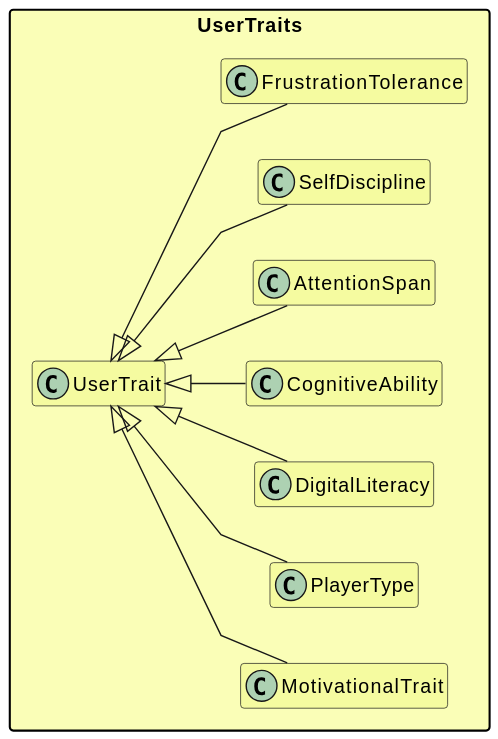
Earlier version of the PlantUML export out/UML/user_traits/user_traits.svg (Maks-stack/ontology).
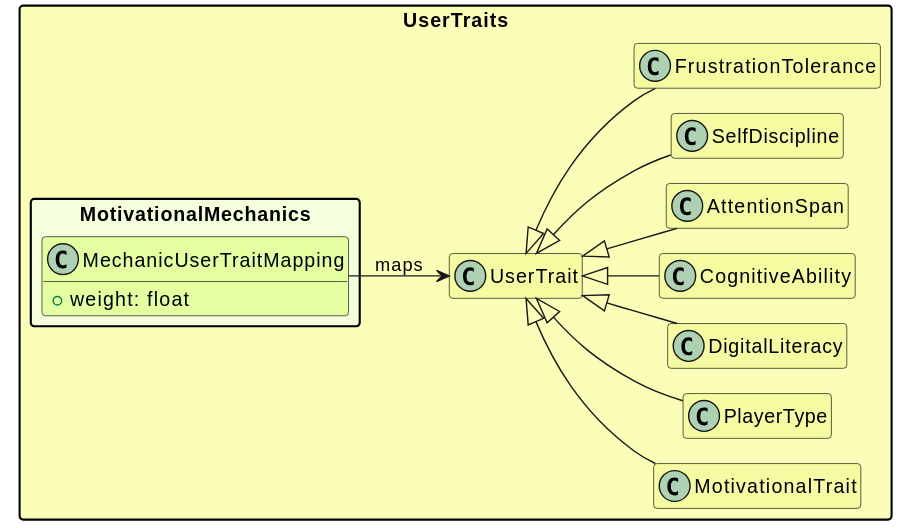
After the change.

Change to the diagram source:
```diff
@@ -1,11 +1,12 @@
 @startuml
 skinparam linetype polyline
+!pragma layout smetana
 hide empty methods
 hide empty attributes
 hide empty members
 left to right direction
 skinparam nodesep 40
-skinparam ranksep 40
+skinparam ranksep 40!pragma layout smetana
 skinparam packageStyle rectangle
 
 !define traitsBack        #fafeb7ff
@@ -33,5 +34,14 @@
 
   class FrustrationTolerance traitsFront extends UserTrait
   hide FrustrationTolerance members
+
+  !if ($renderMode != "master")
+  package MotivationalMechanics #f5ffdbff {
+    class MechanicUserTraitMapping #e4ffa0ff {
+      +weight: float
+    }
+  }
+  MotivationalMechanics.MechanicUserTraitMapping --> UserTrait : maps
+  !endif
 }
 @enduml
```
